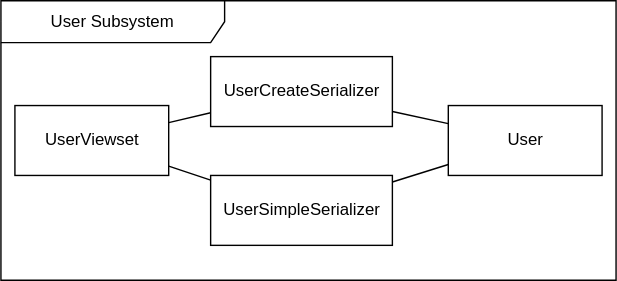
This is dev-docs/plan/design/subsystems/user_subsystem.drawio.svg from Natan-Asrat/ventingapp, a draw.io export, as it was before one commit. Source tidied: cells renumbered, new cells last; positions are measured from the earlier drawing's top-left corner, leaving out a move shared by most shapes.
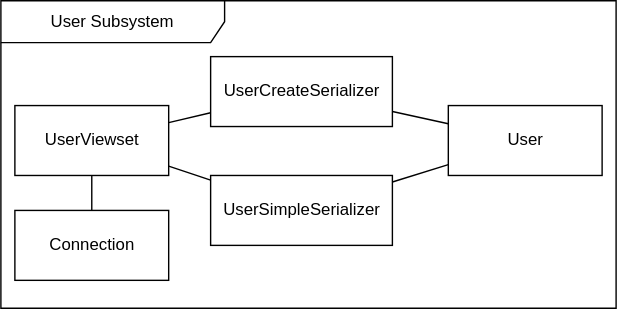
Later version of the same file.

The edit, as a diff of the source:
```diff
@@ -3,7 +3,7 @@
     <mxCell id="0" />
     <mxCell id="1" parent="0" />
     <mxCell id="2" value="User Subsystem" style="shape=umlFrame;whiteSpace=wrap;html=1;width=160;height=30;" parent="1" vertex="1">
-      <mxGeometry width="440" height="200" as="geometry" />
+      <mxGeometry width="440" height="220" as="geometry" />
     </mxCell>
     <mxCell id="3" value="User" style="html=1;" parent="1" vertex="1">
       <mxGeometry x="320" y="75" width="110" height="50" as="geometry" />
@@ -29,5 +29,11 @@
     <mxCell id="10" style="endArrow=none;html=1;" parent="1" edge="1" source="6" target="3">
       <mxGeometry relative="1" as="geometry" />
     </mxCell>
+    <mxCell id="11" style="edgeStyle=none;html=1;endArrow=none;endFill=0;" parent="1" edge="1" source="12" target="4">
+      <mxGeometry relative="1" as="geometry" />
+    </mxCell>
+    <mxCell id="12" value="Connection" style="html=1;" parent="1" vertex="1">
+      <mxGeometry x="10" y="150" width="110" height="50" as="geometry" />
+    </mxCell>
   </root>
 </mxGraphModel>
```
